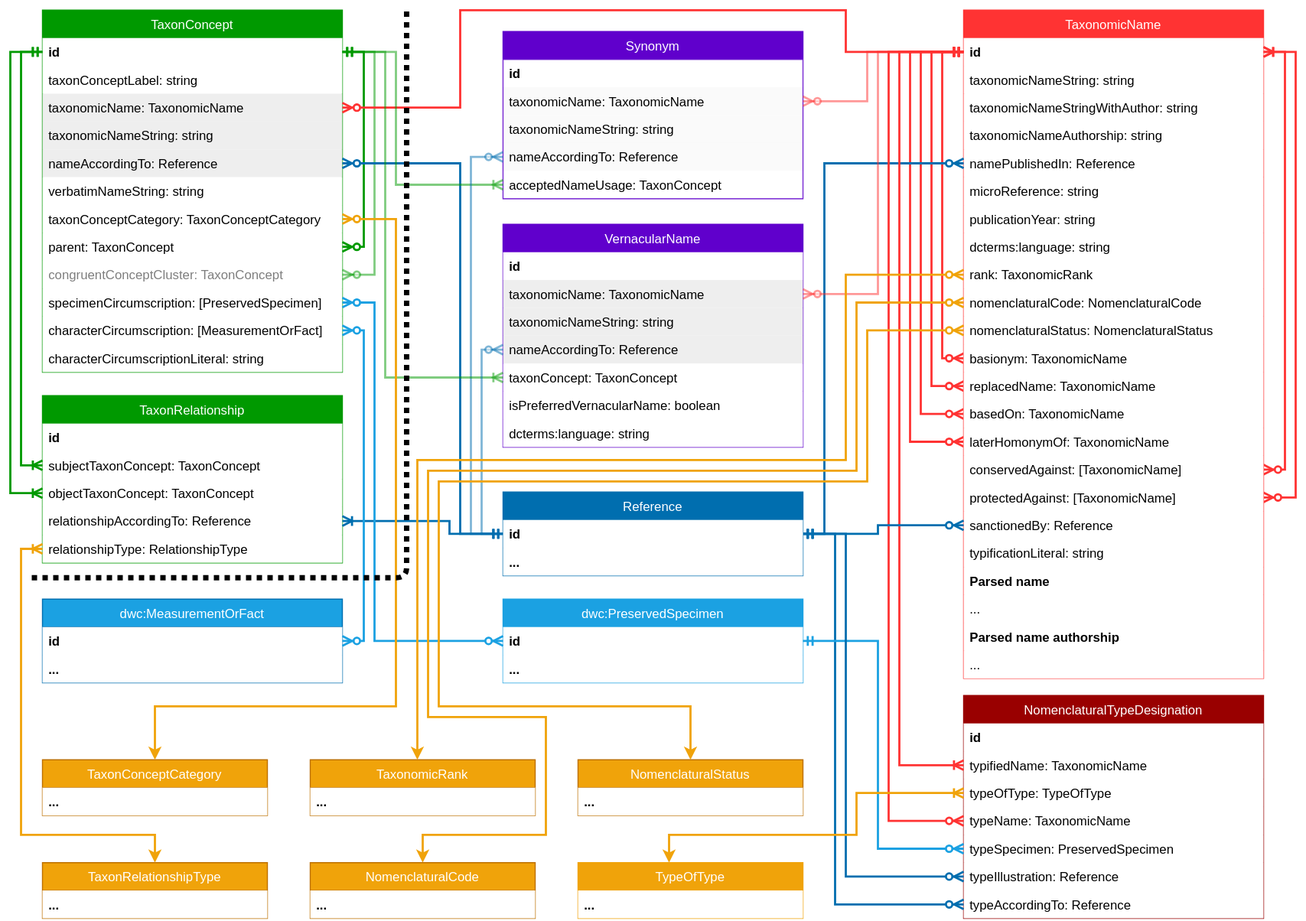
The draw.io diagram assets/tcs_diagram_with_synonym_vernacular_name.svg in tdwg/tcs2, before a commit. Source tidied: cells renumbered, new cells last; positions are measured from the earlier drawing's top-left corner, leaving out a move shared by most shapes.
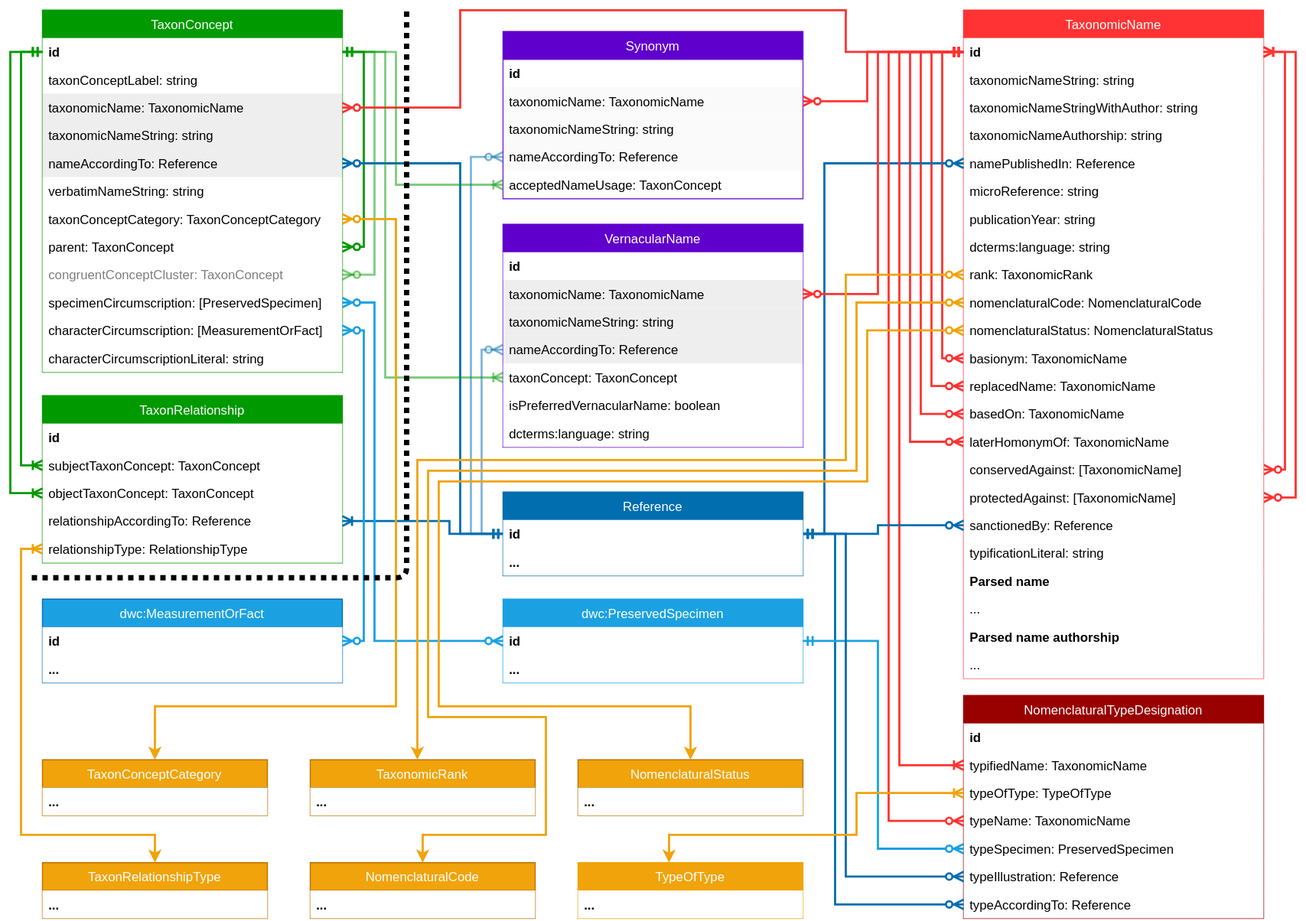
The same file after the commit.

Commit message:
Slight change to tcs diagram

Change to the diagram source:
```diff
@@ -326,7 +326,7 @@
         </Array>
       </mxGeometry>
     </mxCell>
-    <mxCell id="94" style="edgeStyle=orthogonalEdgeStyle;rounded=0;jettySize=auto;html=1;entryX=0;entryY=0.5;entryDx=0;entryDy=0;startArrow=ERzeroToMany;endArrow=ERmandOne;exitX=1;exitY=0.5;exitDx=0;exitDy=0;strokeColor=#FF3333;strokeWidth=2;opacity=50;" parent="1" edge="1" source="85" target="26">
+    <mxCell id="94" style="edgeStyle=orthogonalEdgeStyle;rounded=0;jettySize=auto;html=1;entryX=0;entryY=0.5;entryDx=0;entryDy=0;startArrow=ERzeroToMany;endArrow=ERmandOne;exitX=1;exitY=0.5;exitDx=0;exitDy=0;strokeColor=#FF3333;strokeWidth=2;" parent="1" edge="1" source="85" target="26">
       <mxGeometry relative="1" as="geometry">
         <Array as="points">
           <mxPoint x="800" y="85" />
@@ -423,7 +423,7 @@
         </Array>
       </mxGeometry>
     </mxCell>
-    <mxCell id="106" style="edgeStyle=orthogonalEdgeStyle;rounded=0;jettySize=auto;html=1;entryX=0;entryY=0.5;entryDx=0;entryDy=0;startArrow=ERzeroToMany;endArrow=ERmandOne;strokeColor=#FF3333;strokeWidth=2;exitX=1;exitY=0.5;exitDx=0;exitDy=0;opacity=50;" parent="1" edge="1" source="4" target="26">
+    <mxCell id="106" style="edgeStyle=orthogonalEdgeStyle;rounded=0;jettySize=auto;html=1;entryX=0;entryY=0.5;entryDx=0;entryDy=0;startArrow=ERzeroToMany;endArrow=ERmandOne;strokeColor=#FF3333;strokeWidth=2;exitX=1;exitY=0.5;exitDx=0;exitDy=0;" parent="1" edge="1" source="4" target="26">
       <mxGeometry relative="1" as="geometry">
         <Array as="points">
           <mxPoint x="810" y="265" />
```
